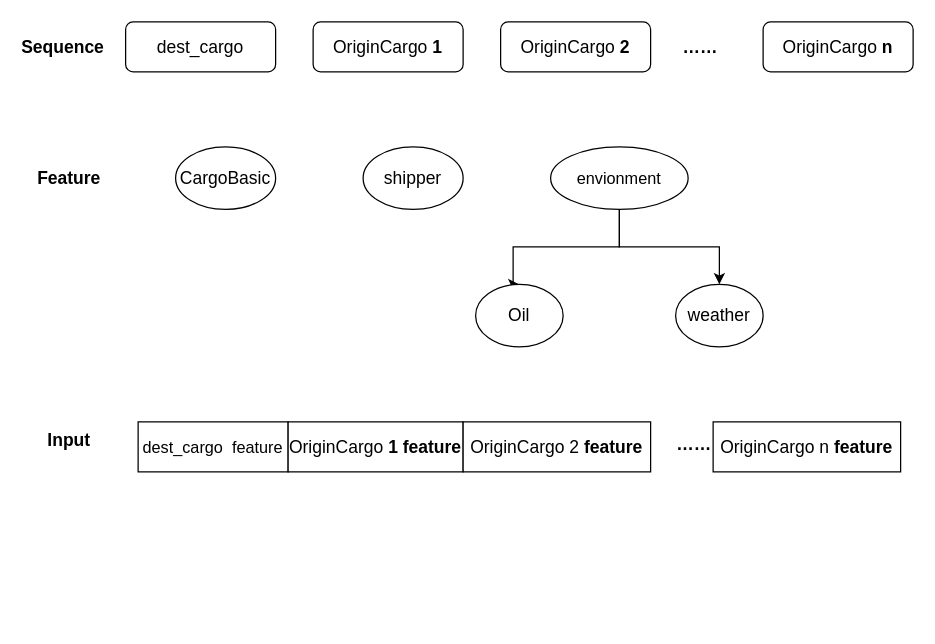
accusenine/Deep-Learning-Coursera keeps this draw.io diagram as Untitled Diagram.drawio. Above is the earlier version. Source tidied: cells renumbered, new cells numbered last; positions are measured from the earlier drawing's top-left corner, leaving out a move shared by most shapes. Both pictures are drawn from the tidied source at 125%, with x=0, y=0 at pixel (25, 21).
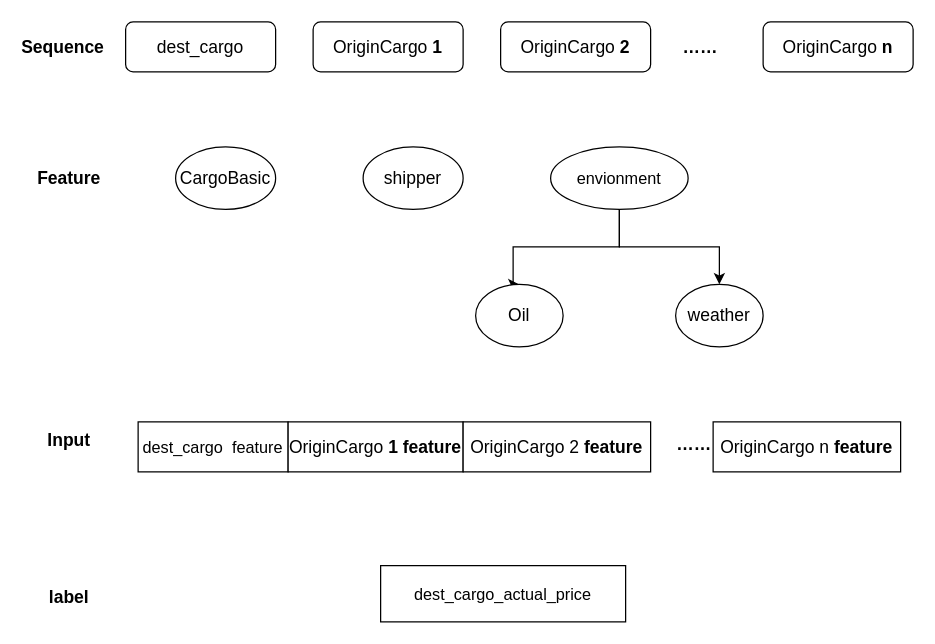
The same page after the edit.

What changed in the source:
```diff
@@
+    <mxCell id="22" value="&lt;b&gt;label&lt;/b&gt;" style="text;html=1;strokeColor=none;fillColor=none;align=center;verticalAlign=middle;whiteSpace=wrap;rounded=0;fontSize=14;" parent="1" vertex="1">
+      <mxGeometry y="445" width="70" height="30" as="geometry" />
+    </mxCell>
+    <mxCell id="23" value="dest_cargo_actual_price" style="rounded=0;whiteSpace=wrap;html=1;fontSize=13;fillColor=default;gradientColor=none;" parent="1" vertex="1">
+      <mxGeometry x="284" y="435" width="196" height="45" as="geometry" />
+    </mxCell>
```
